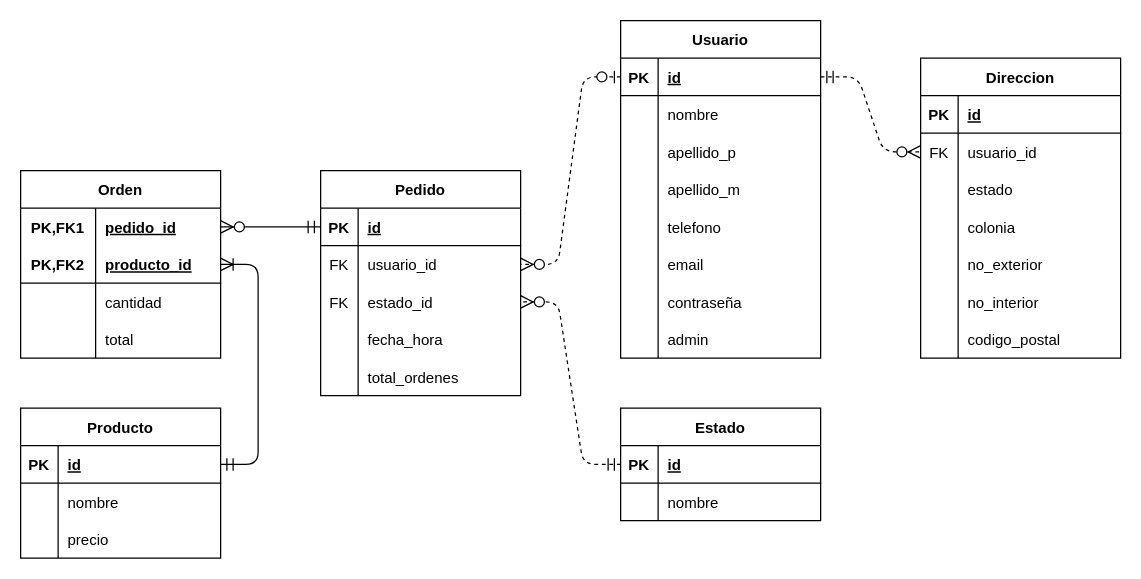
Earlier version of the draw.io diagram sql/diagrams/entity-relationship-tables.drawio (justanindieguy/delilah-resto). Source tidied: cells renumbered, new cells numbered last; positions are measured from the earlier drawing's top-left corner, leaving out a move shared by most shapes. Both pictures are drawn from the tidied source at 125%, with x=0, y=0 at pixel (20, 20).
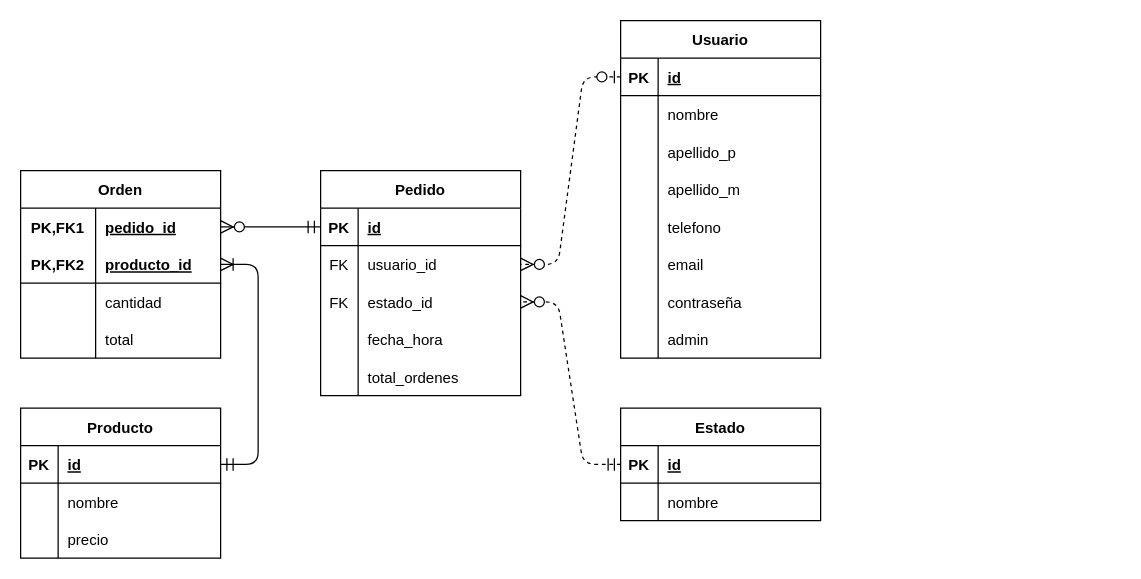
Above is the later version.

Unchanged cells that the change refers to:
```xml
<mxCell id="67" style="shape=partialRectangle;fillColor=none;top=0;left=0;bottom=1;right=0;points=[[0,0.5],[1,0.5]];portConstraint=eastwest;" parent="66" vertex="1">
  <mxGeometry y="30" width="160" height="30" as="geometry" />
</mxCell>
```

The edit, as a diff of the source:
```diff
@@
-    <mxCell id="21" value="Direccion" style="shape=table;startSize=30;childLayout=tableLayout;rowLines=0;fontStyle=1;align=center;" parent="1" vertex="1">
-      <mxGeometry x="720" y="30" width="160" height="240" as="geometry" />
-    </mxCell>
-    <mxCell id="22" style="shape=partialRectangle;fillColor=none;top=0;left=0;bottom=1;right=0;" parent="21" vertex="1">
-      <mxGeometry y="30" width="160" height="30" as="geometry" />
-    </mxCell>
-    <mxCell id="23" value="PK" style="shape=partialRectangle;fillColor=none;top=0;left=0;bottom=0;right=0;fontStyle=1;overflow=hidden;" parent="22" vertex="1">
-      <mxGeometry width="30" height="30" as="geometry" />
-    </mxCell>
-    <mxCell id="24" value="id" style="shape=partialRectangle;fillColor=none;top=0;left=0;bottom=0;right=0;align=left;spacingLeft=6;fontStyle=5;overflow=hidden;" parent="22" vertex="1">
-      <mxGeometry x="30" width="130" height="30" as="geometry" />
-    </mxCell>
-    <mxCell id="25" style="shape=partialRectangle;fillColor=none;top=0;left=0;bottom=0;right=0;points=[[0,0.5],[1,0.5]];portConstraint=eastwest;" parent="21" vertex="1">
-      <mxGeometry y="60" width="160" height="30" as="geometry" />
-    </mxCell>
-    <mxCell id="26" value="FK" style="shape=partialRectangle;fillColor=none;top=0;left=0;bottom=0;right=0;overflow=hidden;" parent="25" vertex="1">
-      <mxGeometry width="30" height="30" as="geometry" />
-    </mxCell>
-    <mxCell id="27" value="usuario_id" style="shape=partialRectangle;fillColor=none;top=0;left=0;bottom=0;right=0;align=left;spacingLeft=6;overflow=hidden;" parent="25" vertex="1">
-      <mxGeometry x="30" width="130" height="30" as="geometry" />
-    </mxCell>
-    <mxCell id="28" style="shape=partialRectangle;fillColor=none;top=0;left=0;bottom=0;right=0;" parent="21" vertex="1">
-      <mxGeometry y="90" width="160" height="30" as="geometry" />
-    </mxCell>
-    <mxCell id="29" style="shape=partialRectangle;fillColor=none;top=0;left=0;bottom=0;right=0;overflow=hidden;" parent="28" vertex="1">
-      <mxGeometry width="30" height="30" as="geometry" />
-    </mxCell>
-    <mxCell id="30" value="estado" style="shape=partialRectangle;fillColor=none;top=0;left=0;bottom=0;right=0;align=left;spacingLeft=6;overflow=hidden;" parent="28" vertex="1">
-      <mxGeometry x="30" width="130" height="30" as="geometry" />
-    </mxCell>
-    <mxCell id="31" style="shape=partialRectangle;fillColor=none;top=0;left=0;bottom=0;right=0;" parent="21" vertex="1">
-      <mxGeometry y="120" width="160" height="30" as="geometry" />
-    </mxCell>
-    <mxCell id="32" style="shape=partialRectangle;fillColor=none;top=0;left=0;bottom=0;right=0;overflow=hidden;" parent="31" vertex="1">
-      <mxGeometry width="30" height="30" as="geometry" />
-    </mxCell>
-    <mxCell id="33" value="colonia" style="shape=partialRectangle;fillColor=none;top=0;left=0;bottom=0;right=0;align=left;spacingLeft=6;overflow=hidden;" parent="31" vertex="1">
-      <mxGeometry x="30" width="130" height="30" as="geometry" />
-    </mxCell>
-    <mxCell id="34" style="shape=partialRectangle;fillColor=none;top=0;left=0;bottom=0;right=0;" parent="21" vertex="1">
-      <mxGeometry y="150" width="160" height="30" as="geometry" />
-    </mxCell>
-    <mxCell id="35" style="shape=partialRectangle;fillColor=none;top=0;left=0;bottom=0;right=0;overflow=hidden;" parent="34" vertex="1">
-      <mxGeometry width="30" height="30" as="geometry" />
-    </mxCell>
-    <mxCell id="36" value="no_exterior" style="shape=partialRectangle;fillColor=none;top=0;left=0;bottom=0;right=0;align=left;spacingLeft=6;overflow=hidden;" parent="34" vertex="1">
-      <mxGeometry x="30" width="130" height="30" as="geometry" />
-    </mxCell>
-    <mxCell id="37" style="shape=partialRectangle;fillColor=none;top=0;left=0;bottom=0;right=0;" parent="21" vertex="1">
-      <mxGeometry y="180" width="160" height="30" as="geometry" />
-    </mxCell>
-    <mxCell id="38" style="shape=partialRectangle;fillColor=none;top=0;left=0;bottom=0;right=0;overflow=hidden;" parent="37" vertex="1">
-      <mxGeometry width="30" height="30" as="geometry" />
-    </mxCell>
-    <mxCell id="39" value="no_interior" style="shape=partialRectangle;fillColor=none;top=0;left=0;bottom=0;right=0;align=left;spacingLeft=6;overflow=hidden;" parent="37" vertex="1">
-      <mxGeometry x="30" width="130" height="30" as="geometry" />
-    </mxCell>
-    <mxCell id="40" style="shape=partialRectangle;fillColor=none;top=0;left=0;bottom=0;right=0;" parent="21" vertex="1">
-      <mxGeometry y="210" width="160" height="30" as="geometry" />
-    </mxCell>
-    <mxCell id="41" style="shape=partialRectangle;fillColor=none;top=0;left=0;bottom=0;right=0;overflow=hidden;" parent="40" vertex="1">
-      <mxGeometry width="30" height="30" as="geometry" />
-    </mxCell>
-    <mxCell id="42" value="codigo_postal" style="shape=partialRectangle;fillColor=none;top=0;left=0;bottom=0;right=0;align=left;spacingLeft=6;overflow=hidden;" parent="40" vertex="1">
-      <mxGeometry x="30" width="130" height="30" as="geometry" />
-    </mxCell>
@@
-    <mxCell id="98" style="edgeStyle=entityRelationEdgeStyle;fontSize=12;html=1;endArrow=ERzeroToMany;startArrow=ERmandOne;dashed=1;endSize=8;startSize=8;" parent="1" edge="1" source="67" target="25">
-      <mxGeometry relative="1" as="geometry" />
-    </mxCell>
```
